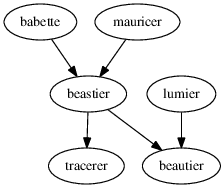
Before: doc/dependencies.png, a diagram exported from Graphviz (ropensci/babette). Its source is kept beside it as doc/dependencies.dot.
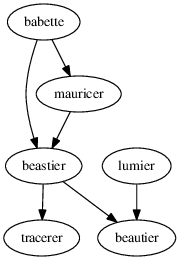
The same diagram one commit later.

Commit message:
babette depends on mauricer [skip ci]

Diff of the diagram source:
```diff
@@ -1,6 +1,7 @@
 digraph G
 {
   babette -> beastier;
+  babette -> mauricer;
   mauricer -> beastier;
   beastier -> tracerer;
   beastier -> beautier;
```
